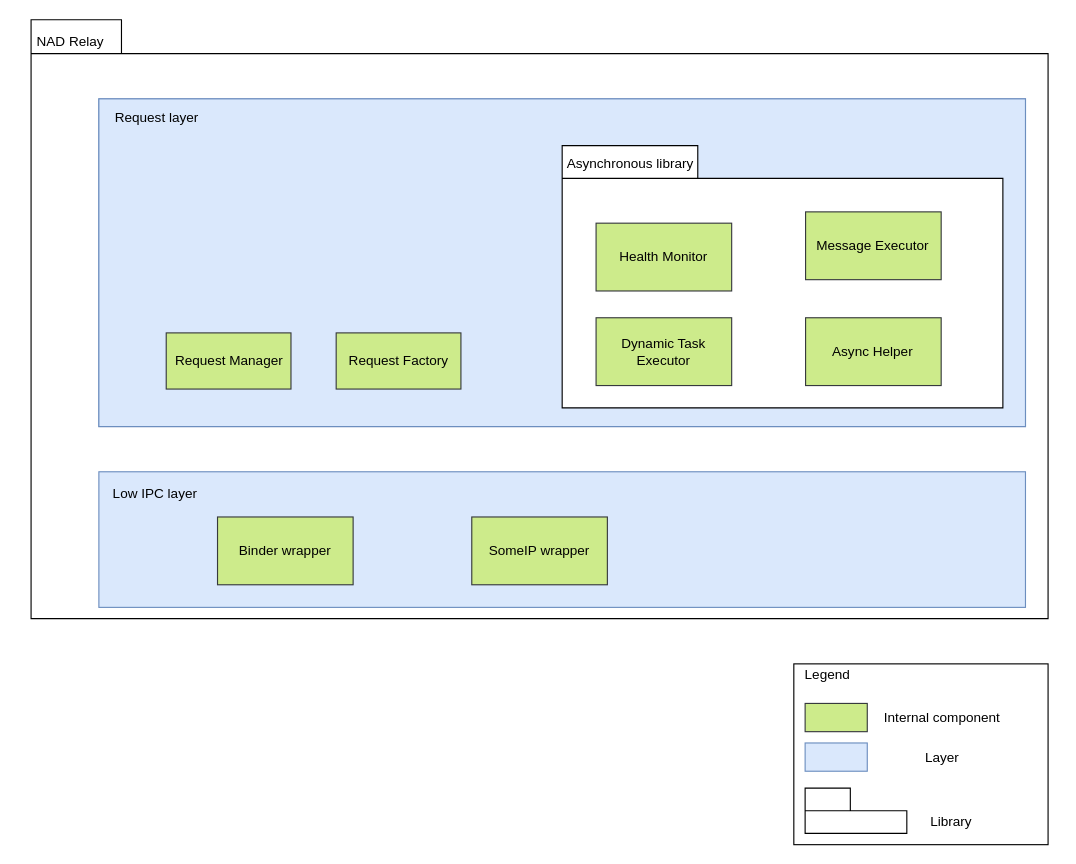
This is page "static" (1 of 7) of doc/SA cert/Design/nadproxy.drawio from taikt/codefun, a draw.io file, before an edit. Source tidied: cells renumbered, new cells numbered last; positions are measured from the earlier drawing's top-left corner, leaving out a move shared by most shapes. Both pictures are drawn from the tidied source at 113%, with x=0, y=0 at pixel (19, 19).
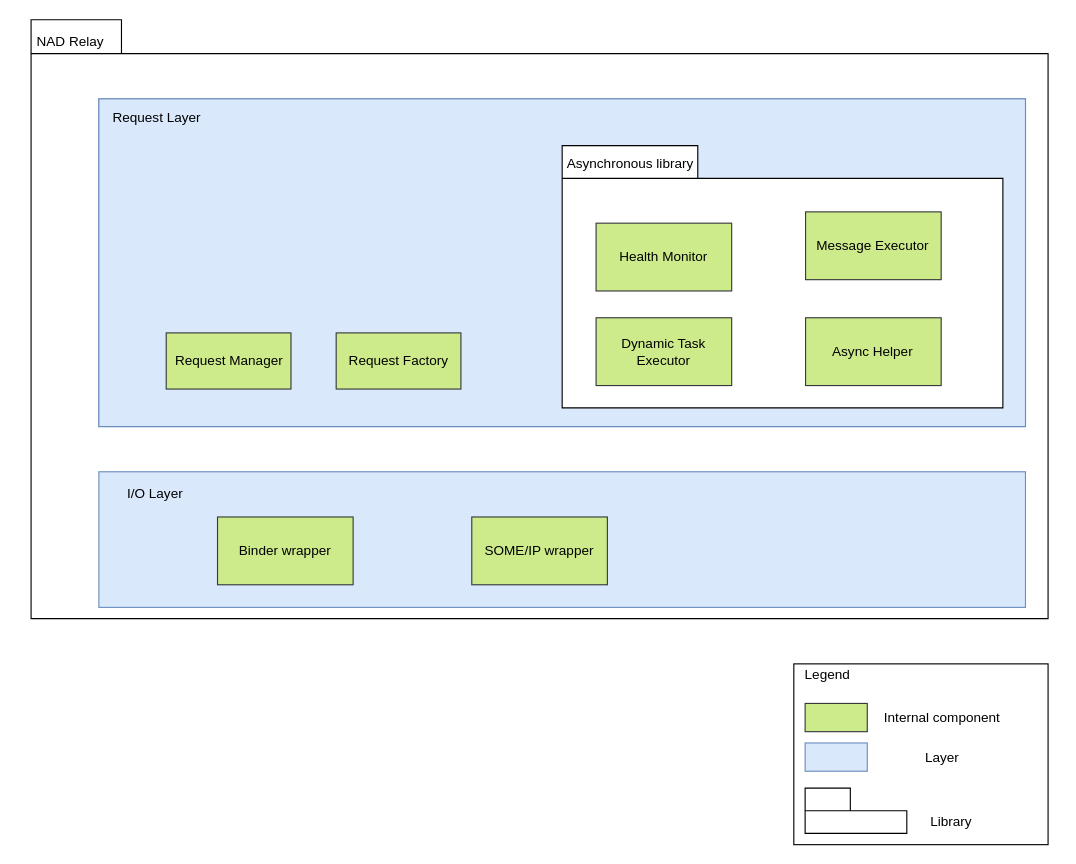
The same page after the edit.

Unchanged cells that the change refers to:
```xml
<mxCell id="5" style="group;fillColor=#dae8fc;strokeColor=#6c8ebf;" parent="1" vertex="1">
  <mxGeometry x="70" y="70" width="820" height="290" as="geometry" />
</mxCell>
```

What changed in the source:
```diff
@@
-    <mxCell id="13" value="Request layer" style="text;html=1;strokeColor=none;fillColor=none;align=center;verticalAlign=middle;whiteSpace=wrap;rounded=0;" parent="5" vertex="1">
+    <mxCell id="13" value="Request Layer" style="text;html=1;strokeColor=none;fillColor=none;align=center;verticalAlign=middle;whiteSpace=wrap;rounded=0;" parent="5" vertex="1">
       <mxGeometry x="8.5" y="8.3" width="85.1" height="16.6" as="geometry" />
     </mxCell>
@@
-    <mxCell id="18" value="Low IPC layer" style="text;html=1;strokeColor=none;fillColor=none;align=center;verticalAlign=middle;whiteSpace=wrap;rounded=0;" parent="1" vertex="1">
+    <mxCell id="18" value="I/O Layer" style="text;html=1;strokeColor=none;fillColor=none;align=center;verticalAlign=middle;whiteSpace=wrap;rounded=0;" parent="1" vertex="1">
       <mxGeometry x="70" y="410" width="100" height="20" as="geometry" />
     </mxCell>
@@
-    <mxCell id="20" value="SomeIP wrapper" style="rounded=0;whiteSpace=wrap;html=1;fillColor=#cdeb8b;strokeColor=#36393d;" parent="1" vertex="1">
+    <mxCell id="20" value="SOME/IP wrapper" style="rounded=0;whiteSpace=wrap;html=1;fillColor=#cdeb8b;strokeColor=#36393d;" parent="1" vertex="1">
       <mxGeometry x="400" y="440" width="120" height="60" as="geometry" />
     </mxCell>
```
